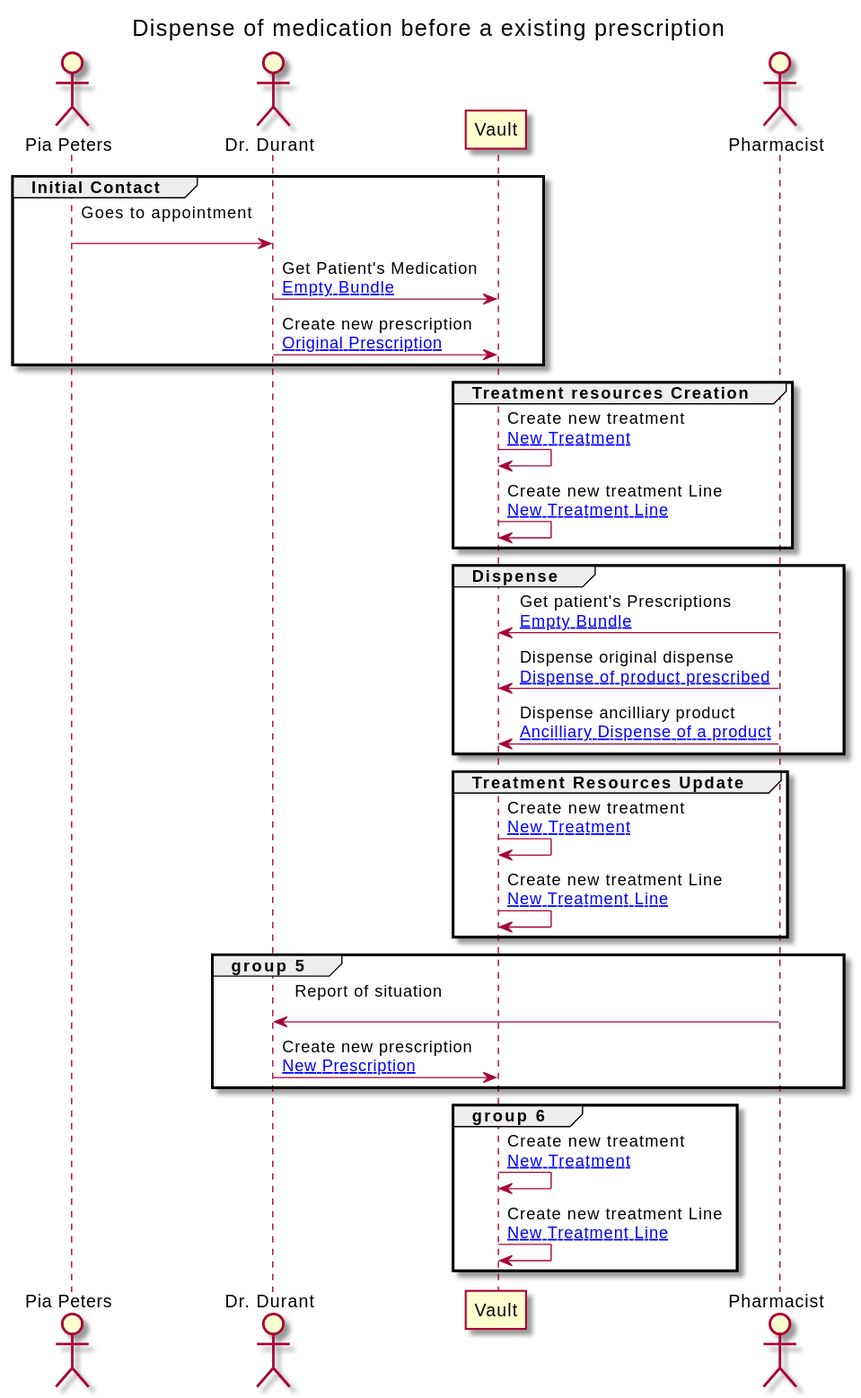
jcostateixeira/riziv-medication-record keeps this PlantUML diagram as branches/master/ExampleScenario-example-3-scenario.svg. Above is the earlier version.
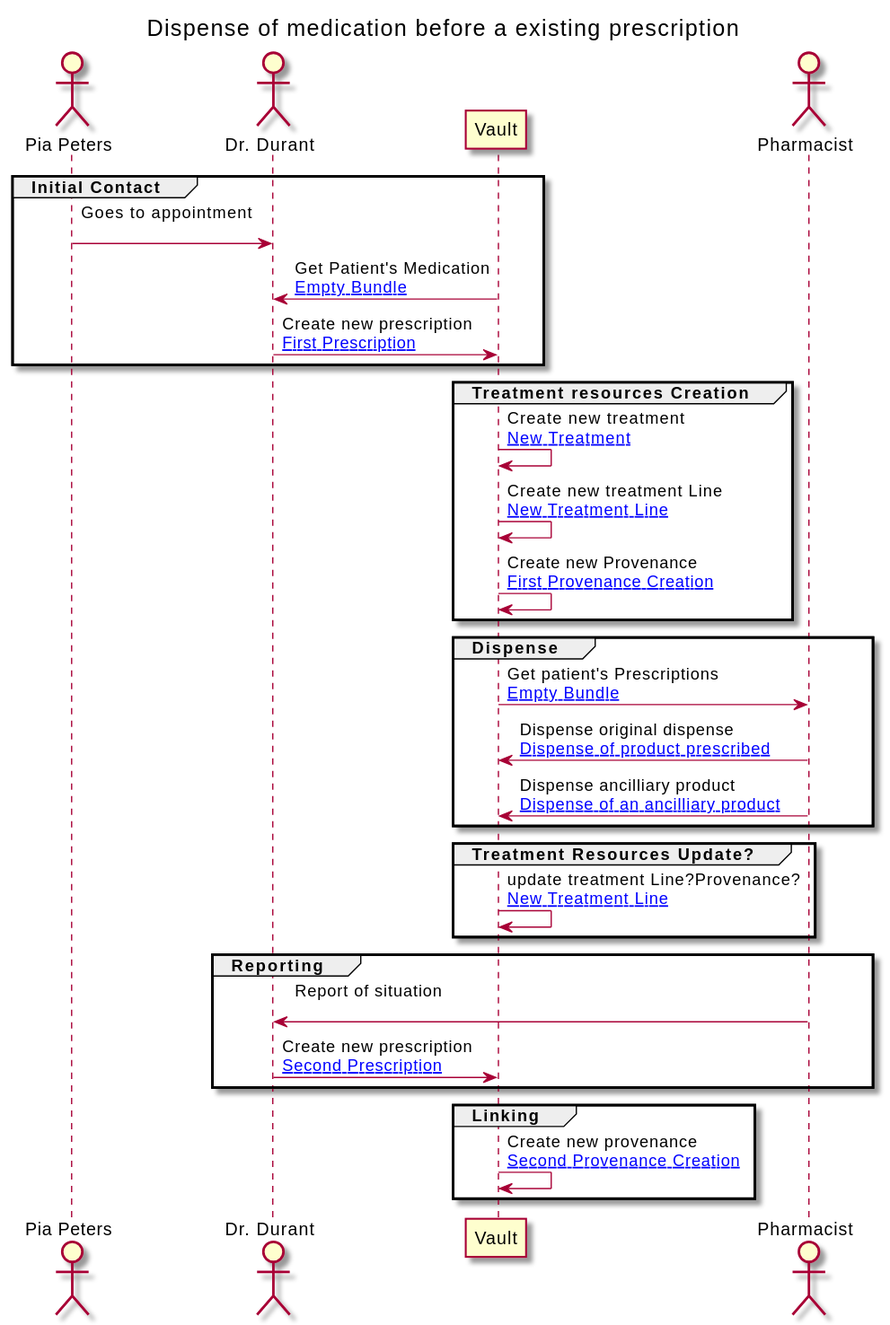
After the change.

Diff of the diagram source:
```diff
@@ -16,39 +16,38 @@
 group Initial Contact
 
 PATIENT -> GP : Goes to appointment\n
-GP -> VAULT : Get Patient's Medication\n[[ExampleScenario-example-3-scenario-resources.html#EB Empty Bundle]]
-GP -> VAULT : Create new prescription\n[[ExampleScenario-example-3-scenario-resources.html#3-prescription Original Prescription]]
+VAULT -> GP : Get Patient's Medication\n[[ExampleScenario-example-3-scenario-resources.html#EB Empty Bundle]]
+GP -> VAULT : Create new prescription\n[[ExampleScenario-example-3-scenario-resources.html#3-prescription First Prescription]]
 end
 
 group Treatment resources Creation
 
 VAULT -> VAULT : Create new treatment\n[[ExampleScenario-example-3-scenario-resources.html#3-treatment New Treatment]]
 VAULT -> VAULT : Create new treatment Line\n[[ExampleScenario-example-3-scenario-resources.html#3-treatmentLine New Treatment Line]]
+VAULT -> VAULT : Create new Provenance\n[[ExampleScenario-example-3-scenario-resources.html#3-provenance First Provenance Creation]]
 end
 
 group Dispense
 
-PHARM -> VAULT : Get patient's Prescriptions\n[[ExampleScenario-example-3-scenario-resources.html#EB Empty Bundle]]
+VAULT -> PHARM : Get patient's Prescriptions\n[[ExampleScenario-example-3-scenario-resources.html#EB Empty Bundle]]
 PHARM -> VAULT : Dispense original dispense\n[[ExampleScenario-example-3-scenario-resources.html#3-dispense Dispense of product prescribed]]
-PHARM -> VAULT : Dispense ancilliary product\n[[ExampleScenario-example-3-scenario-resources.html#3-2-dispense Ancilliary Dispense of a product]]
+PHARM -> VAULT : Dispense ancilliary product\n[[ExampleScenario-example-3-scenario-resources.html#3-2-dispense Dispense of an ancilliary product]]
 end
 
-group Treatment Resources Update
+group Treatment Resources Update?
 
-VAULT -> VAULT : Create new treatment\n[[ExampleScenario-example-3-scenario-resources.html#3-treatment New Treatment]]
-VAULT -> VAULT : Create new treatment Line\n[[ExampleScenario-example-3-scenario-resources.html#3-treatmentLine New Treatment Line]]
+VAULT -> VAULT : update treatment Line?Provenance?\n[[ExampleScenario-example-3-scenario-resources.html#3-treatmentLine New Treatment Line]]
 end
 
-group group 5
+group Reporting
 
 PHARM -> GP : Report of situation\n
-GP -> VAULT : Create new prescription\n[[ExampleScenario-example-3-scenario-resources.html#3-2-prescription New Prescription]]
+GP -> VAULT : Create new prescription\n[[ExampleScenario-example-3-scenario-resources.html#3-2-prescription Second Prescription]]
 end
 
-group group 6
+group Linking
 
-VAULT -> VAULT : Create new treatment\n[[ExampleScenario-example-3-scenario-resources.html#3-treatment New Treatment]]
-VAULT -> VAULT : Create new treatment Line\n[[ExampleScenario-example-3-scenario-resources.html#3-treatmentLine New Treatment Line]]
+VAULT -> VAULT : Create new provenance\n[[ExampleScenario-example-3-scenario-resources.html#3-2-provenance Second Provenance Creation]]
 end
 
 
```
